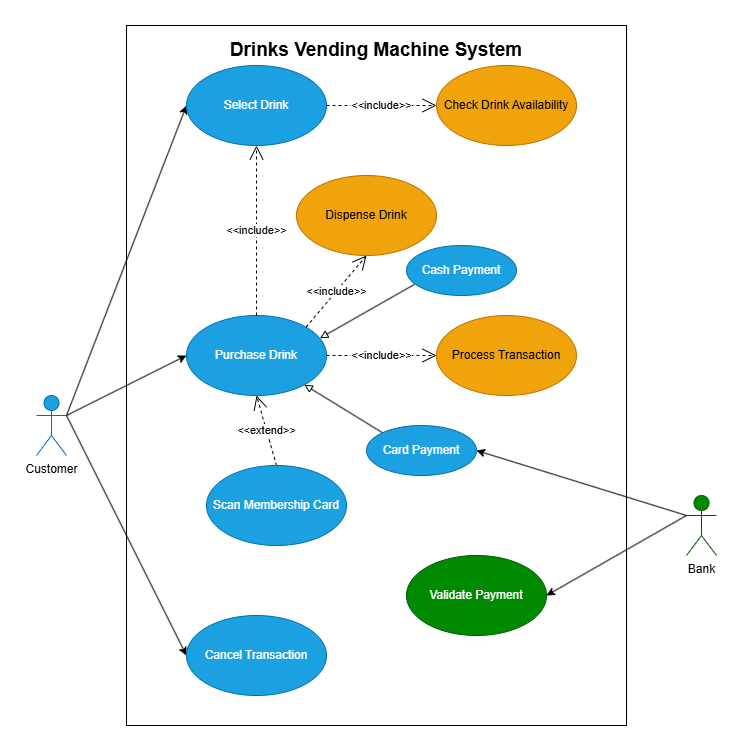
Above: Use Case Diagram.png in unpricedgull9/SoftwareCW1 (draw.io), before the change. Source tidied: cells renumbered, new cells last; positions are measured from the earlier drawing's top-left corner, leaving out a move shared by most shapes.
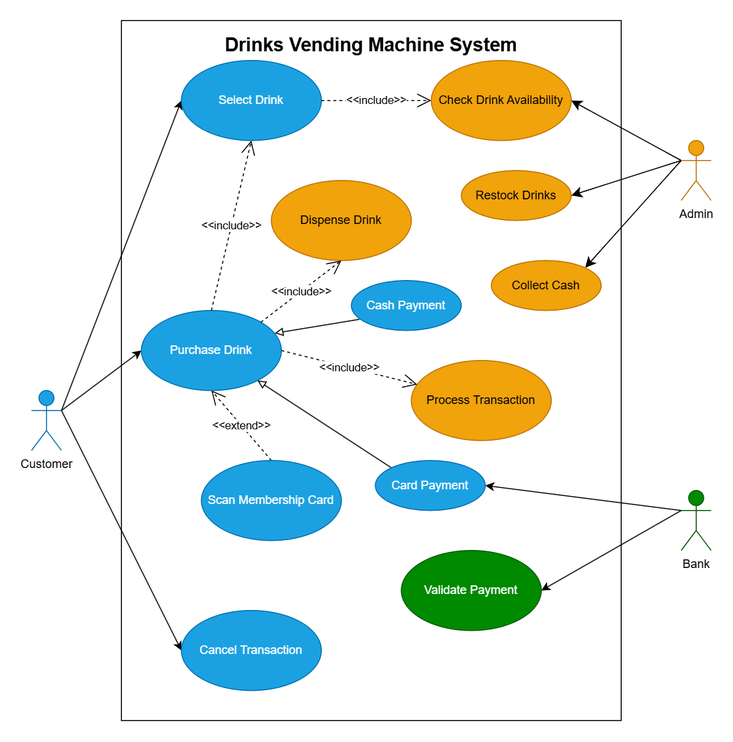
Above is the later version.

The edit, as a diff of the source:
```diff
@@ -21,7 +21,7 @@
       <mxGeometry x="150" y="40" width="140" height="80" as="geometry" />
     </mxCell>
     <mxCell id="8" value="Purchase Drink" style="ellipse;whiteSpace=wrap;html=1;fillColor=#1ba1e2;fontColor=#ffffff;strokeColor=#006EAF;" parent="1" vertex="1">
-      <mxGeometry x="150" y="290" width="140" height="80" as="geometry" />
+      <mxGeometry x="110" y="290" width="140" height="80" as="geometry" />
     </mxCell>
     <mxCell id="9" value="Cancel Transaction" style="ellipse;whiteSpace=wrap;html=1;fillColor=#1ba1e2;fontColor=#ffffff;strokeColor=#006EAF;" parent="1" vertex="1">
       <mxGeometry x="150" y="590" width="140" height="80" as="geometry" />
@@ -54,22 +54,22 @@
       <mxGeometry relative="1" as="geometry" />
     </mxCell>
     <mxCell id="19" value="Process Transaction" style="ellipse;whiteSpace=wrap;html=1;fillColor=#f0a30a;fontColor=#000000;strokeColor=#BD7000;" parent="1" vertex="1">
-      <mxGeometry x="400" y="290" width="140" height="80" as="geometry" />
+      <mxGeometry x="380" y="340" width="140" height="80" as="geometry" />
     </mxCell>
     <mxCell id="20" value="&amp;lt;&amp;lt;include&amp;gt;&amp;gt;" style="endArrow=open;endSize=12;dashed=1;html=1;rounded=0;exitX=1;exitY=0.5;exitDx=0;exitDy=0;" parent="1" edge="1" source="8" target="19">
       <mxGeometry relative="1" as="geometry" />
     </mxCell>
     <mxCell id="21" value="Cash Payment" style="ellipse;whiteSpace=wrap;html=1;fillColor=#1ba1e2;fontColor=#ffffff;strokeColor=#006EAF;" parent="1" vertex="1">
-      <mxGeometry x="370" y="220" width="110" height="50" as="geometry" />
+      <mxGeometry x="320" y="260" width="110" height="50" as="geometry" />
     </mxCell>
     <mxCell id="22" value="Card Payment" style="ellipse;whiteSpace=wrap;html=1;fillColor=#1ba1e2;strokeColor=#006EAF;fontColor=#ffffff;" parent="1" vertex="1">
-      <mxGeometry x="330" y="400" width="110" height="50" as="geometry" />
+      <mxGeometry x="344" y="440" width="110" height="50" as="geometry" />
     </mxCell>
     <mxCell id="23" value="Validate Payment" style="ellipse;whiteSpace=wrap;html=1;fillColor=#008a00;fontColor=#ffffff;strokeColor=#005700;" parent="1" vertex="1">
       <mxGeometry x="370" y="530" width="140" height="80" as="geometry" />
     </mxCell>
     <mxCell id="24" value="Dispense Drink" style="ellipse;whiteSpace=wrap;html=1;fillColor=#f0a30a;fontColor=#000000;strokeColor=#BD7000;" parent="1" vertex="1">
-      <mxGeometry x="260" y="150" width="140" height="80" as="geometry" />
+      <mxGeometry x="240" y="160" width="140" height="80" as="geometry" />
     </mxCell>
     <mxCell id="25" value="&amp;lt;&amp;lt;include&amp;gt;&amp;gt;" style="endArrow=open;endSize=12;dashed=1;html=1;rounded=0;exitX=1;exitY=0;exitDx=0;exitDy=0;entryX=0.5;entryY=1;entryDx=0;entryDy=0;" parent="1" edge="1" source="8" target="24">
       <mxGeometry relative="1" as="geometry" />
@@ -80,5 +80,23 @@
     <mxCell id="27" value="&amp;lt;&amp;lt;include&amp;gt;&amp;gt;" style="endArrow=open;endSize=12;dashed=1;html=1;rounded=0;exitX=0.5;exitY=0;exitDx=0;exitDy=0;entryX=0.5;entryY=1;entryDx=0;entryDy=0;" parent="1" edge="1" source="8" target="7">
       <mxGeometry relative="1" as="geometry" />
     </mxCell>
+    <mxCell id="28" style="edgeStyle=none;curved=1;rounded=0;curveGeometry=1;jettySize=auto;html=1;exitX=0;exitY=0.3333333333333333;exitDx=0;exitDy=0;exitPerimeter=0;entryX=1;entryY=0.5;entryDx=0;entryDy=0;fontSize=12;defaultLabelBackgroundColor=page;startSize=8;endSize=8;" parent="1" edge="1" source="31" target="14">
+      <mxGeometry relative="1" as="geometry" />
+    </mxCell>
+    <mxCell id="29" style="edgeStyle=none;curved=1;rounded=0;curveGeometry=1;jettySize=auto;html=1;exitX=0;exitY=0.3333333333333333;exitDx=0;exitDy=0;exitPerimeter=0;entryX=1;entryY=0.5;entryDx=0;entryDy=0;fontSize=12;defaultLabelBackgroundColor=page;startSize=8;endSize=8;" parent="1" edge="1" source="31" target="32">
+      <mxGeometry relative="1" as="geometry" />
+    </mxCell>
+    <mxCell id="30" style="edgeStyle=none;curved=1;rounded=0;curveGeometry=1;jettySize=auto;html=1;exitX=0;exitY=0.3333333333333333;exitDx=0;exitDy=0;exitPerimeter=0;entryX=1;entryY=0;entryDx=0;entryDy=0;fontSize=12;defaultLabelBackgroundColor=page;startSize=8;endSize=8;" parent="1" edge="1" source="31" target="33">
+      <mxGeometry relative="1" as="geometry" />
+    </mxCell>
+    <mxCell id="31" value="&lt;span style=&quot;color: rgb(0, 0, 0);&quot;&gt;Admin&lt;/span&gt;" style="shape=umlActor;verticalLabelPosition=bottom;verticalAlign=top;html=1;fillColor=#f0a30a;strokeColor=#BD7000;fontColor=#000000;" parent="1" vertex="1">
+      <mxGeometry x="650" y="120" width="30" height="60" as="geometry" />
+    </mxCell>
+    <mxCell id="32" value="Restock Drinks" style="ellipse;whiteSpace=wrap;html=1;fillColor=#f0a30a;fontColor=#000000;strokeColor=#BD7000;" parent="1" vertex="1">
+      <mxGeometry x="430" y="150" width="110" height="50" as="geometry" />
+    </mxCell>
+    <mxCell id="33" value="Collect Cash" style="ellipse;whiteSpace=wrap;html=1;fillColor=#f0a30a;fontColor=#000000;strokeColor=#BD7000;" parent="1" vertex="1">
+      <mxGeometry x="460" y="240" width="110" height="50" as="geometry" />
+    </mxCell>
   </root>
 </mxGraphModel>
```
